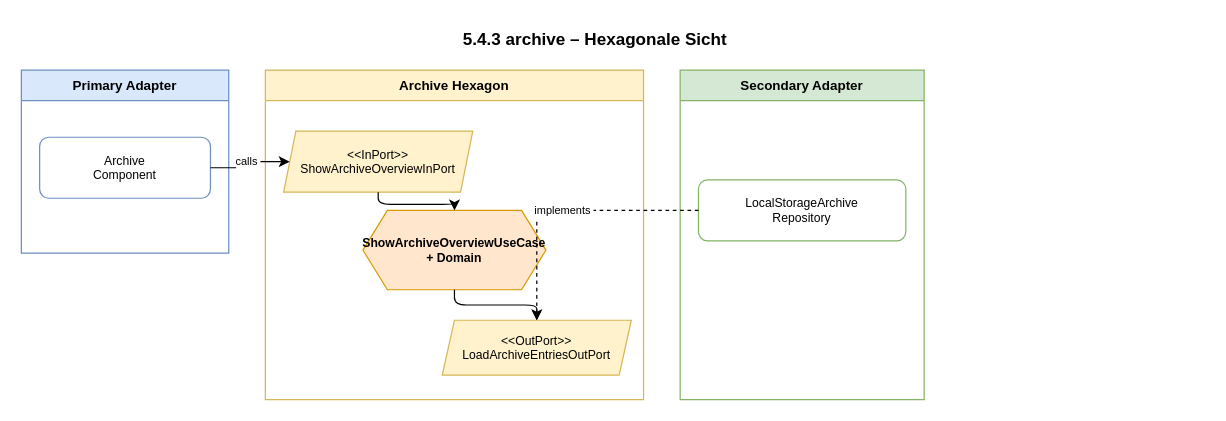
The draw.io diagram docs/diagrams/hexagon-archive.drawio in flingoflux/knitting-quarterly-bingo, before the edit. Source tidied: cells renumbered, new cells numbered last; positions are measured from the earlier drawing's top-left corner, leaving out a move shared by most shapes. Both pictures are drawn from the tidied source at 122%, with x=0, y=0 at pixel (21, 21).
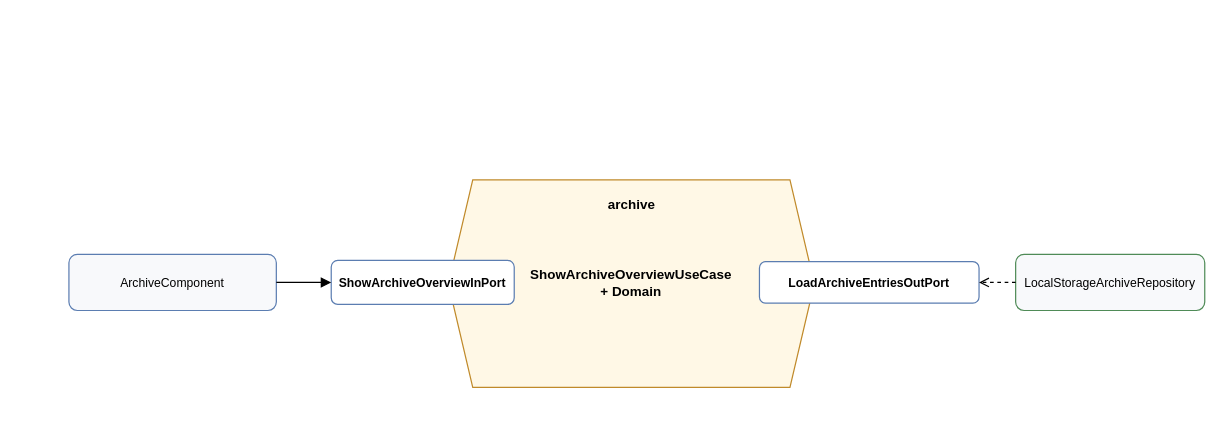
After the change.

Diff of the diagram source:
```diff
@@
 <mxGraphModel>
   <root>
     <mxCell id="0" />
     <mxCell id="1" parent="0" />
-    <mxCell id="2" value="5.4.3 archive – Hexagonale Sicht" style="text;html=1;fontSize=14;fontStyle=1;align=center;" parent="1" vertex="1">
-      <mxGeometry x="130" width="680" height="25" as="geometry" />
-    </mxCell>
-    <mxCell id="3" value="Primary Adapter" style="swimlane;startSize=25;fillColor=#dae8fc;strokeColor=#6c8ebf;fontStyle=1;fontSize=11;" parent="1" vertex="1">
-      <mxGeometry y="40" width="170" height="150" as="geometry" />
-    </mxCell>
+    <mxCell id="7" value="ShowArchiveOverviewUseCase&#10;+ Domain" style="shape=hexagon;perimeter=hexagonPerimeter2;whiteSpace=wrap;html=1;fixedSize=1;fillColor=#fff8e6;strokeColor=#c08a2a;fontSize=11;fontStyle=1;" parent="1" vertex="1">
+      <mxGeometry x="350" y="130" width="300" height="170" as="geometry" />
+    </mxCell>
-    <mxCell id="4" value="Archive&#10;Component" style="rounded=1;fillColor=#ffffff;strokeColor=#6c8ebf;fontSize=10;" parent="3" vertex="1">
-      <mxGeometry x="15" y="55" width="140" height="50" as="geometry" />
+    <mxCell id="4" value="ArchiveComponent" style="rounded=1;whiteSpace=wrap;html=1;fillColor=#f8f9fb;strokeColor=#5b7db1;fontSize=10;" parent="1" vertex="1">
+      <mxGeometry x="39" y="191" width="170" height="46" as="geometry" />
     </mxCell>
-    <mxCell id="5" value="Archive Hexagon" style="swimlane;startSize=25;fillColor=#fff2cc;strokeColor=#d6b656;fontStyle=1;fontSize=11;" parent="1" vertex="1">
-      <mxGeometry x="200" y="40" width="310" height="270" as="geometry" />
-    </mxCell>
-    <mxCell id="6" value="&lt;&lt;InPort&gt;&gt;&#10;ShowArchiveOverviewInPort" style="shape=parallelogram;perimeter=parallelogramPerimeter;fixedSize=1;size=10;fillColor=#fff2cc;strokeColor=#d6b656;fontSize=10;" parent="5" vertex="1">
-      <mxGeometry x="15" y="50" width="155" height="50" as="geometry" />
+    <mxCell id="6" value="ShowArchiveOverviewInPort" style="rounded=1;whiteSpace=wrap;html=1;fillColor=#ffffff;strokeColor=#5b7db1;fontSize=10;fontStyle=1;" parent="1" vertex="1">
+      <mxGeometry x="254" y="196" width="150" height="36" as="geometry" />
     </mxCell>
-    <mxCell id="7" value="ShowArchiveOverviewUseCase&#10;+ Domain" style="shape=hexagon;perimeter=hexagonPerimeter2;fixedSize=1;fillColor=#ffe6cc;strokeColor=#d79b00;fontSize=10;fontStyle=1;" parent="5" vertex="1">
-      <mxGeometry x="80" y="115" width="150" height="65" as="geometry" />
-    </mxCell>
+    <mxCell id="15" value="archive" style="text;html=1;fontSize=11;fontStyle=1;align=center;" parent="1" vertex="1">
+      <mxGeometry x="455" y="137" width="90" height="20" as="geometry" />
+    </mxCell>
-    <mxCell id="8" value="&lt;&lt;OutPort&gt;&gt;&#10;LoadArchiveEntriesOutPort" style="shape=parallelogram;perimeter=parallelogramPerimeter;fixedSize=1;size=10;fillColor=#fff2cc;strokeColor=#d6b656;fontSize=10;" parent="5" vertex="1">
-      <mxGeometry x="145" y="205" width="155" height="45" as="geometry" />
+    <mxCell id="8" value="LoadArchiveEntriesOutPort" style="rounded=1;whiteSpace=wrap;html=1;fillColor=#ffffff;strokeColor=#5b7db1;fontSize=10;fontStyle=1;" parent="1" vertex="1">
+      <mxGeometry x="605" y="197" width="180" height="34" as="geometry" />
     </mxCell>
-    <mxCell id="9" style="edgeStyle=orthogonalEdgeStyle;" parent="5" edge="1" source="6" target="7">
-      <mxGeometry relative="1" as="geometry" />
-    </mxCell>
-    <mxCell id="10" style="edgeStyle=orthogonalEdgeStyle;" parent="5" edge="1" source="7" target="8">
-      <mxGeometry relative="1" as="geometry" />
-    </mxCell>
-    <mxCell id="11" value="Secondary Adapter" style="swimlane;startSize=25;fillColor=#d5e8d4;strokeColor=#82b366;fontStyle=1;fontSize=11;" parent="1" vertex="1">
-      <mxGeometry x="540" y="40" width="200" height="270" as="geometry" />
-    </mxCell>
-    <mxCell id="12" value="LocalStorageArchive&#10;Repository" style="rounded=1;fillColor=#ffffff;strokeColor=#82b366;fontSize=10;" parent="11" vertex="1">
-      <mxGeometry x="15" y="90" width="170" height="50" as="geometry" />
+    <mxCell id="12" value="LocalStorageArchiveRepository" style="rounded=1;whiteSpace=wrap;html=1;fillColor=#f8f9fb;strokeColor=#4f8b57;fontSize=10;" parent="1" vertex="1">
+      <mxGeometry x="815" y="191" width="155" height="46" as="geometry" />
     </mxCell>
-    <mxCell id="13" value="calls" style="edgeStyle=orthogonalEdgeStyle;fontSize=9;" parent="1" edge="1" source="4" target="6">
+    <mxCell id="13" style="edgeStyle=orthogonalEdgeStyle;rounded=0;endArrow=block;endFill=1;" parent="1" edge="1" source="4" target="6">
       <mxGeometry relative="1" as="geometry" />
     </mxCell>
-    <mxCell id="14" value="implements" style="edgeStyle=orthogonalEdgeStyle;dashed=1;fontSize=9;endArrow=open;endFill=0;" parent="1" edge="1" source="12" target="8">
+    <mxCell id="14" style="edgeStyle=orthogonalEdgeStyle;rounded=0;dashed=1;endArrow=open;endFill=0;" parent="1" edge="1" source="12" target="8">
       <mxGeometry relative="1" as="geometry" />
     </mxCell>
   </root>
 </mxGraphModel>
```
